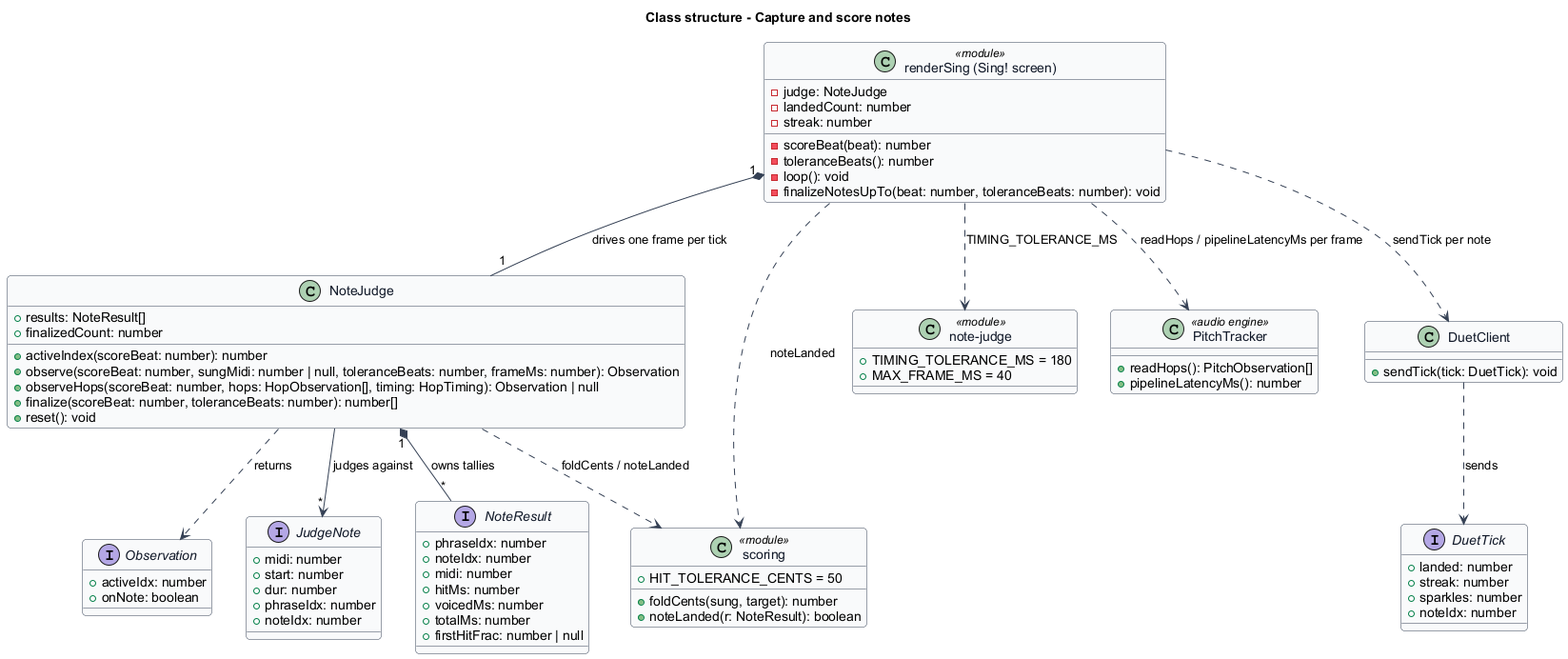
Earlier version of the PlantUML export docs/detailed-designs/singing-gameplay/capture-and-score-notes/diagrams/class-structure.png (QuinntyneBrown/TwinkleTune).
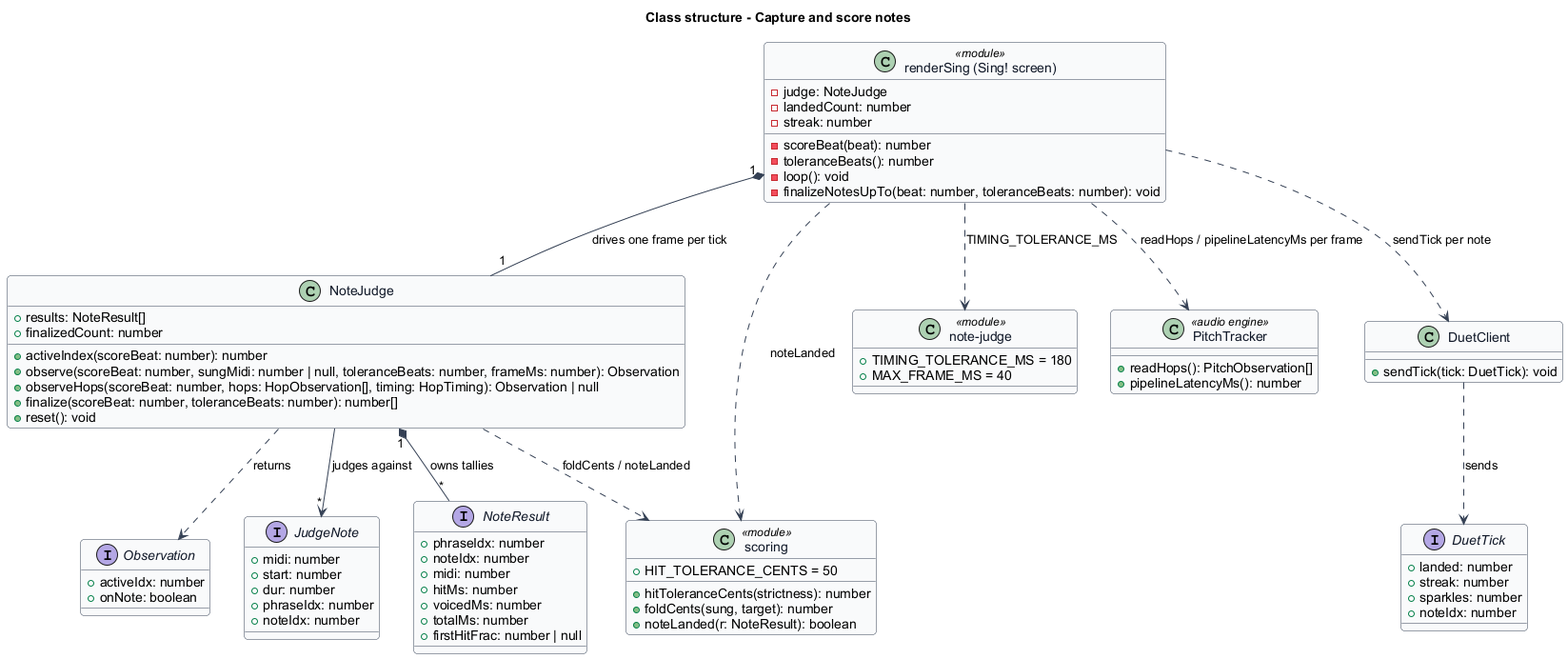
The same file after the commit.

The edit, as a diff of the source:
```diff
@@ -56,6 +56,7 @@
 
 class "scoring" as Scoring <<module>> {
   +HIT_TOLERANCE_CENTS = 50
+  +hitToleranceCents(strictness): number
   +foldCents(sung, target): number
   +noteLanded(r: NoteResult): boolean
 }
```
